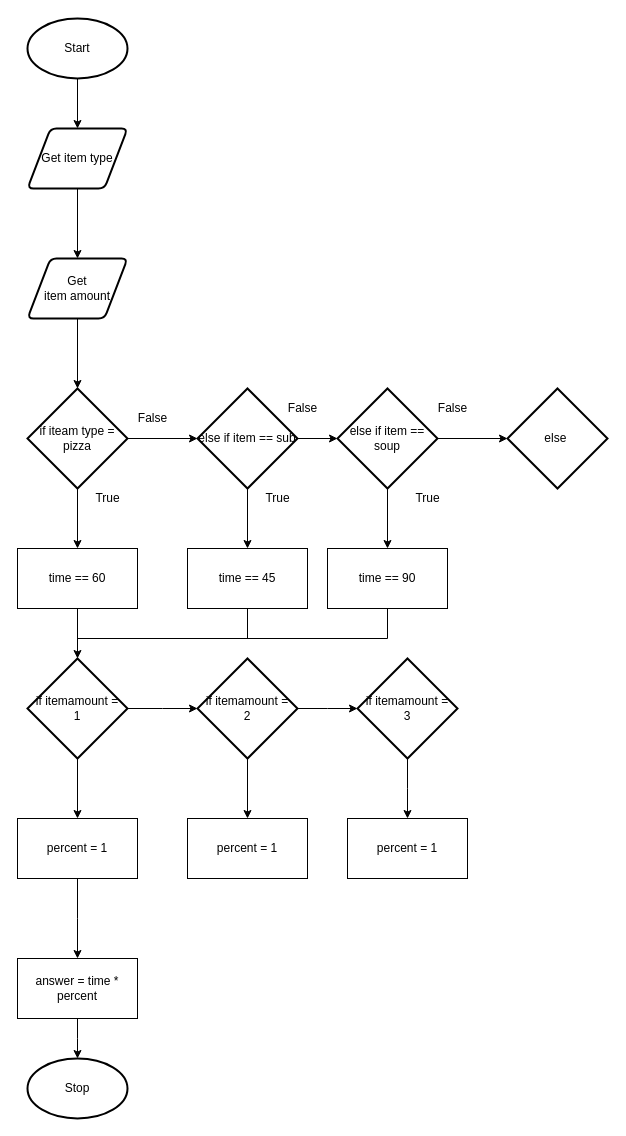
Earlier version of the draw.io diagram flowchart_folder/flowchart.drawio (Huzaifa-Khalid-2/ics4u-unit1-03-typescript). Source tidied: cells renumbered, new cells numbered last; positions are measured from the earlier drawing's top-left corner, leaving out a move shared by most shapes. Both pictures are drawn from the tidied source at 100%, with x=0, y=0 at pixel (17, 18).
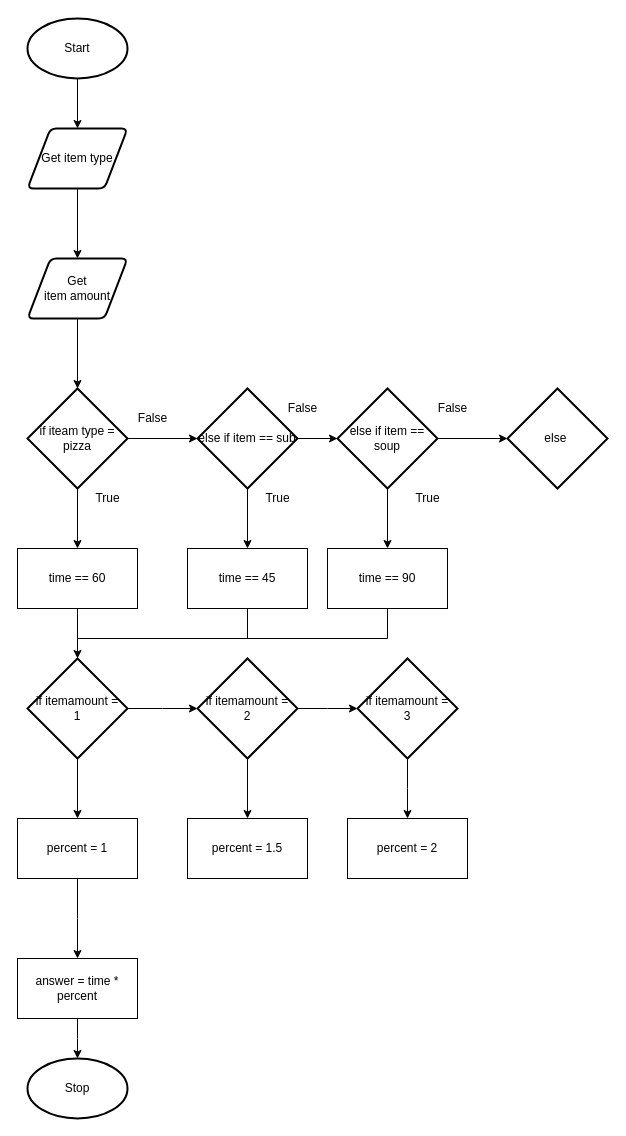
The same diagram, later.

Change to the diagram source:
```diff
@@
-    <mxCell id="31" value="percent = 1" style="rounded=0;whiteSpace=wrap;html=1;" parent="1" vertex="1">
+    <mxCell id="31" value="percent = 1.5" style="rounded=0;whiteSpace=wrap;html=1;" parent="1" vertex="1">
       <mxGeometry x="170" y="800" width="120" height="60" as="geometry" />
     </mxCell>
@@
-    <mxCell id="41" value="percent = 1" style="rounded=0;whiteSpace=wrap;html=1;" parent="1" vertex="1">
+    <mxCell id="41" value="percent = 2" style="rounded=0;whiteSpace=wrap;html=1;" parent="1" vertex="1">
       <mxGeometry x="330" y="800" width="120" height="60" as="geometry" />
     </mxCell>
```
